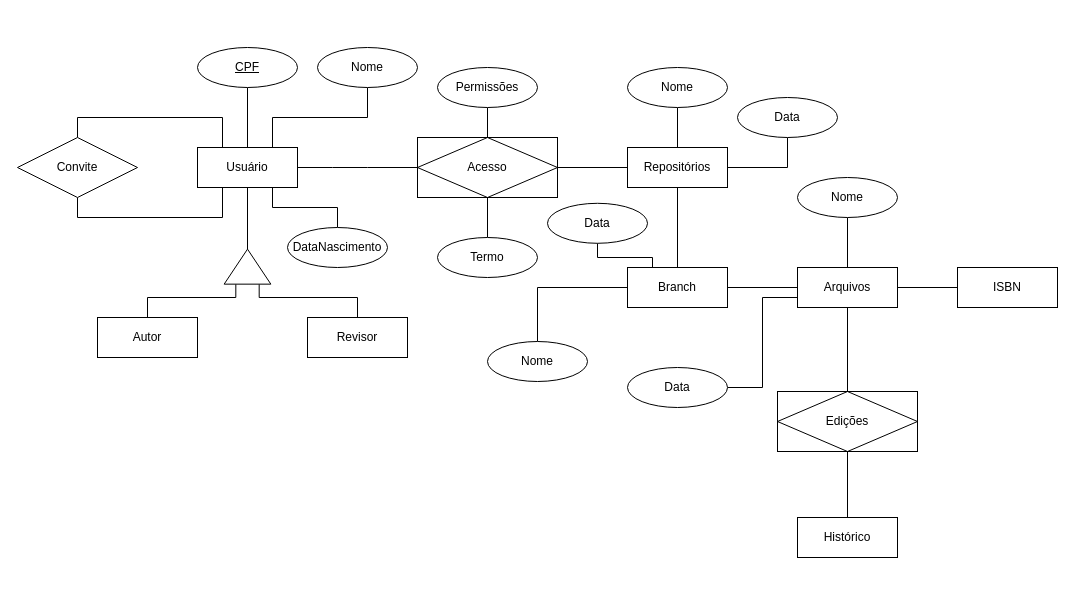
bruniculos08/PPR0001 keeps this draw.io diagram as Untitled Diagram.drawio. Above is the earlier version. Source tidied: cells renumbered, new cells numbered last; positions are measured from the earlier drawing's top-left corner, leaving out a move shared by most shapes. Both pictures are drawn from the tidied source at 100%, with x=0, y=0 at pixel (17, 47).
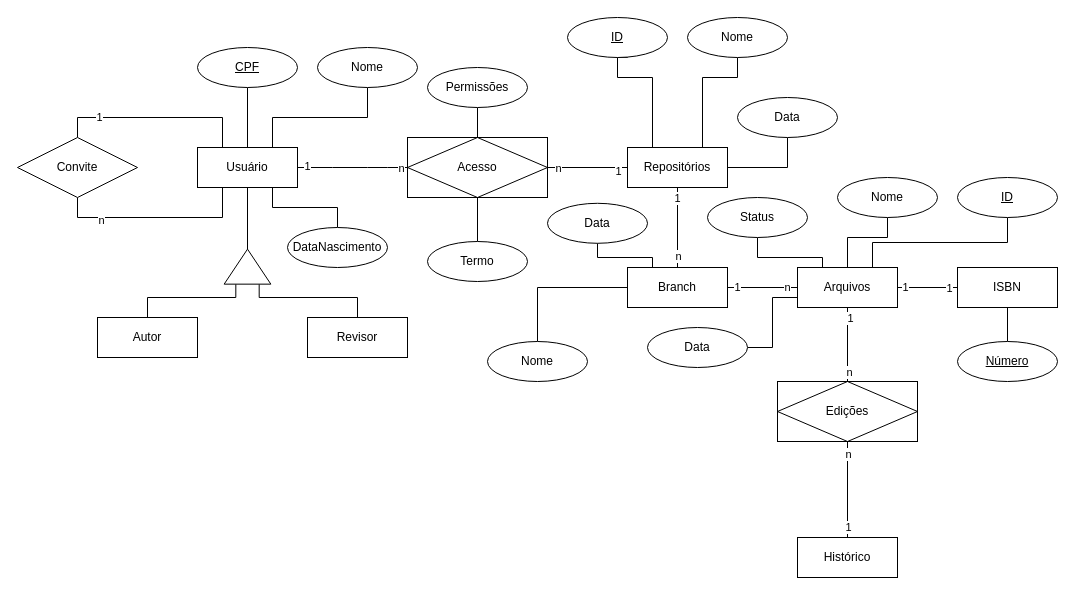
The same diagram, later.

Unchanged cells that the change refers to:
```xml
<mxCell id="3" style="edgeStyle=orthogonalEdgeStyle;rounded=0;jettySize=auto;html=1;exitX=0.25;exitY=0;exitDx=0;exitDy=0;entryX=0.5;entryY=0;entryDx=0;entryDy=0;endArrow=none;endFill=0;" parent="1" edge="1" source="6" target="34">
  <mxGeometry relative="1" as="geometry">
    <Array as="points">
      <mxPoint x="205" y="70" />
      <mxPoint x="60" y="70" />
    </Array>
  </mxGeometry>
</mxCell>
<mxCell id="4" style="edgeStyle=orthogonalEdgeStyle;rounded=0;jettySize=auto;html=1;exitX=0.25;exitY=1;exitDx=0;exitDy=0;entryX=0.5;entryY=1;entryDx=0;entryDy=0;endArrow=none;endFill=0;" parent="1" edge="1" source="6" target="34">
  <mxGeometry relative="1" as="geometry" />
</mxCell>
<mxCell id="5" style="edgeStyle=orthogonalEdgeStyle;rounded=0;jettySize=auto;html=1;exitX=1;exitY=0.5;exitDx=0;exitDy=0;entryX=0;entryY=0.5;entryDx=0;entryDy=0;endArrow=none;endFill=0;" parent="1" edge="1" source="6">
  <mxGeometry relative="1" as="geometry">
    <mxPoint x="350" y="120" as="targetPoint" />
  </mxGeometry>
</mxCell>
<mxCell id="9" style="edgeStyle=orthogonalEdgeStyle;rounded=0;jettySize=auto;html=1;exitX=0.5;exitY=1;exitDx=0;exitDy=0;entryX=0.5;entryY=0;entryDx=0;entryDy=0;endArrow=none;endFill=0;" parent="1" edge="1" source="12" target="33">
  <mxGeometry relative="1" as="geometry" />
</mxCell>
<mxCell id="12" value="Repositórios" style="whiteSpace=wrap;html=1;align=center;" parent="1" vertex="1">
  <mxGeometry x="610" y="100" width="100" height="40" as="geometry" />
</mxCell>
<mxCell id="13" style="edgeStyle=orthogonalEdgeStyle;rounded=0;jettySize=auto;html=1;exitX=1;exitY=0.5;exitDx=0;exitDy=0;entryX=0;entryY=0.5;entryDx=0;entryDy=0;endArrow=none;endFill=0;" parent="1" edge="1" source="18" target="24">
  <mxGeometry relative="1" as="geometry" />
</mxCell>
<mxCell id="14" style="edgeStyle=orthogonalEdgeStyle;rounded=0;jettySize=auto;html=1;exitX=0;exitY=0.5;exitDx=0;exitDy=0;entryX=1;entryY=0.5;entryDx=0;entryDy=0;endArrow=none;endFill=0;" parent="1" edge="1" source="18" target="33">
  <mxGeometry relative="1" as="geometry" />
</mxCell>
<mxCell id="17" style="edgeStyle=orthogonalEdgeStyle;rounded=0;jettySize=auto;html=1;exitX=0.5;exitY=1;exitDx=0;exitDy=0;entryX=0.5;entryY=0;entryDx=0;entryDy=0;endArrow=none;endFill=0;" parent="1" edge="1" source="18" target="48">
  <mxGeometry relative="1" as="geometry" />
</mxCell>
<mxCell id="18" value="Arquivos" style="whiteSpace=wrap;html=1;align=center;" parent="1" vertex="1">
  <mxGeometry x="780" y="220" width="100" height="40" as="geometry" />
</mxCell>
<mxCell id="19" style="edgeStyle=orthogonalEdgeStyle;rounded=0;jettySize=auto;html=1;exitX=1;exitY=0.5;exitDx=0;exitDy=0;entryX=0;entryY=0.5;entryDx=0;entryDy=0;endArrow=none;endFill=0;" parent="1" edge="1" source="23" target="12">
  <mxGeometry relative="1" as="geometry" />
</mxCell>
<mxCell id="20" style="edgeStyle=orthogonalEdgeStyle;rounded=0;jettySize=auto;html=1;exitX=0;exitY=0.5;exitDx=0;exitDy=0;endArrow=none;endFill=0;" parent="1" edge="1" source="23">
  <mxGeometry relative="1" as="geometry">
    <mxPoint x="350" y="120" as="targetPoint" />
  </mxGeometry>
</mxCell>
<mxCell id="24" value="ISBN" style="whiteSpace=wrap;html=1;align=center;" parent="1" vertex="1">
  <mxGeometry x="940" y="220" width="100" height="40" as="geometry" />
</mxCell>
<mxCell id="30" style="edgeStyle=orthogonalEdgeStyle;rounded=0;jettySize=auto;html=1;exitX=0.5;exitY=0;exitDx=0;exitDy=0;entryX=0.5;entryY=1;entryDx=0;entryDy=0;endArrow=none;endFill=0;" parent="1" edge="1" source="31" target="48">
  <mxGeometry relative="1" as="geometry" />
</mxCell>
```

Diff of the diagram source:
```diff
@@
+    <mxCell id="49" value="1" style="edgeLabel;html=1;align=center;verticalAlign=middle;" parent="3" vertex="1">
+      <mxGeometry x="0.58" y="-1" relative="1" as="geometry" />
+    </mxCell>
@@
+    <mxCell id="50" value="n" style="edgeLabel;html=1;align=center;verticalAlign=middle;" parent="4" vertex="1">
+      <mxGeometry x="0.56" y="2" relative="1" as="geometry" />
+    </mxCell>
@@
+    <mxCell id="51" value="1" style="edgeLabel;html=1;align=center;verticalAlign=middle;" parent="5" vertex="1">
+      <mxGeometry x="-0.74" y="2" relative="1" as="geometry" />
+    </mxCell>
@@
-    <mxCell id="10" style="edgeStyle=orthogonalEdgeStyle;rounded=0;jettySize=auto;html=1;exitX=0.5;exitY=0;exitDx=0;exitDy=0;entryX=0.5;entryY=1;entryDx=0;entryDy=0;endArrow=none;endFill=0;" parent="1" edge="1" source="12" target="41">
-      <mxGeometry relative="1" as="geometry" />
-    </mxCell>
+    <mxCell id="52" value="1" style="edgeLabel;html=1;align=center;verticalAlign=middle;" parent="9" vertex="1">
+      <mxGeometry x="-0.76" y="-1" relative="1" as="geometry" />
+    </mxCell>
+    <mxCell id="53" value="n" style="edgeLabel;html=1;align=center;verticalAlign=middle;" parent="9" vertex="1">
+      <mxGeometry x="0.69" relative="1" as="geometry" />
+    </mxCell>
@@
+    <mxCell id="54" value="1" style="edgeLabel;html=1;align=center;verticalAlign=middle;" parent="13" vertex="1">
+      <mxGeometry x="-0.77" y="1" relative="1" as="geometry" />
+    </mxCell>
+    <mxCell id="55" value="1" style="edgeLabel;html=1;align=center;verticalAlign=middle;" parent="13" vertex="1">
+      <mxGeometry x="0.71" relative="1" as="geometry" />
+    </mxCell>
@@
-    <mxCell id="15" style="edgeStyle=orthogonalEdgeStyle;rounded=0;jettySize=auto;html=1;exitX=0.5;exitY=0;exitDx=0;exitDy=0;entryX=0.5;entryY=1;entryDx=0;entryDy=0;endArrow=none;endFill=0;" parent="1" edge="1" source="18" target="42">
-      <mxGeometry relative="1" as="geometry" />
-    </mxCell>
+    <mxCell id="56" value="1" style="edgeLabel;html=1;align=center;verticalAlign=middle;" parent="14" vertex="1">
+      <mxGeometry x="0.73" y="-1" relative="1" as="geometry" />
+    </mxCell>
+    <mxCell id="57" value="n" style="edgeLabel;html=1;align=center;verticalAlign=middle;" parent="14" vertex="1">
+      <mxGeometry x="-0.69" y="-1" relative="1" as="geometry" />
+    </mxCell>
@@
+    <mxCell id="58" value="1" style="edgeLabel;html=1;align=center;verticalAlign=middle;" parent="17" vertex="1">
+      <mxGeometry x="-0.74" y="2" relative="1" as="geometry" />
+    </mxCell>
+    <mxCell id="59" value="n" style="edgeLabel;html=1;align=center;verticalAlign=middle;" parent="17" vertex="1">
+      <mxGeometry x="0.74" y="1" relative="1" as="geometry" />
+    </mxCell>
+    <mxCell id="60" style="edgeStyle=orthogonalEdgeStyle;rounded=0;jettySize=auto;html=1;exitX=0.75;exitY=0;exitDx=0;exitDy=0;entryX=0.5;entryY=1;entryDx=0;entryDy=0;endArrow=none;endFill=0;" parent="1" edge="1" source="18" target="71">
+      <mxGeometry relative="1" as="geometry" />
+    </mxCell>
@@
+    <mxCell id="61" value="n" style="edgeLabel;html=1;align=center;verticalAlign=middle;" parent="19" vertex="1">
+      <mxGeometry x="-0.74" relative="1" as="geometry" />
+    </mxCell>
+    <mxCell id="62" value="1" style="edgeLabel;html=1;align=center;verticalAlign=middle;" parent="19" vertex="1">
+      <mxGeometry x="0.76" y="-3" relative="1" as="geometry" />
+    </mxCell>
@@
+    <mxCell id="63" value="n" style="edgeLabel;html=1;align=center;verticalAlign=middle;" parent="20" vertex="1">
+      <mxGeometry x="-0.64" relative="1" as="geometry" />
+    </mxCell>
-    <mxCell id="21" style="edgeStyle=orthogonalEdgeStyle;rounded=0;jettySize=auto;html=1;exitX=0.5;exitY=0;exitDx=0;exitDy=0;entryX=0.5;entryY=1;entryDx=0;entryDy=0;endArrow=none;endFill=0;" parent="1" edge="1" source="23" target="40">
+    <mxCell id="21" style="edgeStyle=orthogonalEdgeStyle;rounded=0;jettySize=auto;html=1;entryX=0.5;entryY=1;entryDx=0;entryDy=0;endArrow=none;endFill=0;" parent="1" edge="1" source="23" target="40">
       <mxGeometry relative="1" as="geometry" />
     </mxCell>
@@
     <mxCell id="23" value="Acesso" style="shape=associativeEntity;whiteSpace=wrap;html=1;align=center;" parent="1" vertex="1">
-      <mxGeometry x="400" y="90" width="140" height="60" as="geometry" />
+      <mxGeometry x="390" y="90" width="140" height="60" as="geometry" />
     </mxCell>
+    <mxCell id="64" style="edgeStyle=orthogonalEdgeStyle;rounded=0;jettySize=auto;html=1;exitX=0.5;exitY=1;exitDx=0;exitDy=0;entryX=0.5;entryY=0;entryDx=0;entryDy=0;endArrow=none;endFill=0;" parent="1" edge="1" source="24" target="72">
+      <mxGeometry relative="1" as="geometry" />
+    </mxCell>
@@
+    <mxCell id="65" value="1" style="edgeLabel;html=1;align=center;verticalAlign=middle;" parent="30" vertex="1">
+      <mxGeometry x="-0.77" relative="1" as="geometry" />
+    </mxCell>
+    <mxCell id="66" value="n" style="edgeLabel;html=1;align=center;verticalAlign=middle;" parent="30" vertex="1">
+      <mxGeometry x="0.75" relative="1" as="geometry" />
+    </mxCell>
     <mxCell id="31" value="Histórico" style="whiteSpace=wrap;html=1;align=center;" parent="1" vertex="1">
-      <mxGeometry x="780" y="470" width="100" height="40" as="geometry" />
+      <mxGeometry x="780" y="490" width="100" height="40" as="geometry" />
     </mxCell>
@@
     <mxCell id="39" value="Termo" style="ellipse;whiteSpace=wrap;html=1;align=center;" parent="1" vertex="1">
-      <mxGeometry x="420" y="190" width="100" height="40" as="geometry" />
+      <mxGeometry x="410" y="194" width="100" height="40" as="geometry" />
     </mxCell>
     <mxCell id="40" value="Permissões" style="ellipse;whiteSpace=wrap;html=1;align=center;" parent="1" vertex="1">
-      <mxGeometry x="420" y="20" width="100" height="40" as="geometry" />
+      <mxGeometry x="410" y="20" width="100" height="40" as="geometry" />
     </mxCell>
+    <mxCell id="67" style="edgeStyle=orthogonalEdgeStyle;rounded=0;jettySize=auto;html=1;exitX=0.5;exitY=1;exitDx=0;exitDy=0;entryX=0.75;entryY=0;entryDx=0;entryDy=0;endArrow=none;endFill=0;" parent="1" edge="1" source="41" target="12">
+      <mxGeometry relative="1" as="geometry">
+        <Array as="points">
+          <mxPoint x="720" y="30" />
+          <mxPoint x="685" y="30" />
+        </Array>
+      </mxGeometry>
+    </mxCell>
     <mxCell id="41" value="Nome" style="ellipse;whiteSpace=wrap;html=1;align=center;" parent="1" vertex="1">
-      <mxGeometry x="610" y="20" width="100" height="40" as="geometry" />
+      <mxGeometry x="670" y="-30" width="100" height="40" as="geometry" />
     </mxCell>
+    <mxCell id="68" style="edgeStyle=orthogonalEdgeStyle;rounded=0;jettySize=auto;html=1;exitX=0.5;exitY=1;exitDx=0;exitDy=0;entryX=0.5;entryY=0;entryDx=0;entryDy=0;endArrow=none;endFill=0;" parent="1" edge="1" source="42" target="18">
+      <mxGeometry relative="1" as="geometry">
+        <Array as="points">
+          <mxPoint x="870" y="190" />
+          <mxPoint x="830" y="190" />
+        </Array>
+      </mxGeometry>
+    </mxCell>
     <mxCell id="42" value="Nome" style="ellipse;whiteSpace=wrap;html=1;align=center;" parent="1" vertex="1">
-      <mxGeometry x="780" y="130" width="100" height="40" as="geometry" />
+      <mxGeometry x="820" y="130" width="100" height="40" as="geometry" />
     </mxCell>
@@
     <mxCell id="44" value="Data" style="ellipse;whiteSpace=wrap;html=1;align=center;" parent="1" vertex="1">
-      <mxGeometry x="610" y="320" width="100" height="40" as="geometry" />
+      <mxGeometry x="630" y="280" width="100" height="40" as="geometry" />
     </mxCell>
@@
     <mxCell id="48" value="Edições" style="shape=associativeEntity;whiteSpace=wrap;html=1;align=center;" parent="1" vertex="1">
-      <mxGeometry x="760" y="344" width="140" height="60" as="geometry" />
+      <mxGeometry x="760" y="334" width="140" height="60" as="geometry" />
     </mxCell>
+    <mxCell id="69" style="edgeStyle=orthogonalEdgeStyle;rounded=0;jettySize=auto;html=1;exitX=0.5;exitY=1;exitDx=0;exitDy=0;entryX=0.25;entryY=0;entryDx=0;entryDy=0;endArrow=none;endFill=0;" parent="1" edge="1" source="70" target="12">
+      <mxGeometry relative="1" as="geometry">
+        <Array as="points">
+          <mxPoint x="610" />
+          <mxPoint x="600" />
+          <mxPoint x="600" y="30" />
+          <mxPoint x="635" y="30" />
+        </Array>
+      </mxGeometry>
+    </mxCell>
+    <mxCell id="70" value="&lt;u&gt;ID&lt;/u&gt;" style="ellipse;whiteSpace=wrap;html=1;align=center;" parent="1" vertex="1">
+      <mxGeometry x="550" y="-30" width="100" height="40" as="geometry" />
+    </mxCell>
+    <mxCell id="71" value="&lt;u&gt;ID&lt;/u&gt;" style="ellipse;whiteSpace=wrap;html=1;align=center;" parent="1" vertex="1">
+      <mxGeometry x="940" y="130" width="100" height="40" as="geometry" />
+    </mxCell>
+    <mxCell id="72" value="&lt;u&gt;Número&lt;/u&gt;" style="ellipse;whiteSpace=wrap;html=1;align=center;" parent="1" vertex="1">
+      <mxGeometry x="940" y="294" width="100" height="40" as="geometry" />
+    </mxCell>
+    <mxCell id="73" style="edgeStyle=orthogonalEdgeStyle;rounded=0;jettySize=auto;html=1;exitX=0.5;exitY=1;exitDx=0;exitDy=0;entryX=0.25;entryY=0;entryDx=0;entryDy=0;endArrow=none;endFill=0;" parent="1" edge="1" source="74" target="18">
+      <mxGeometry relative="1" as="geometry" />
+    </mxCell>
+    <mxCell id="74" value="Status" style="ellipse;whiteSpace=wrap;html=1;align=center;" parent="1" vertex="1">
+      <mxGeometry x="690" y="150" width="100" height="40" as="geometry" />
+    </mxCell>
```
